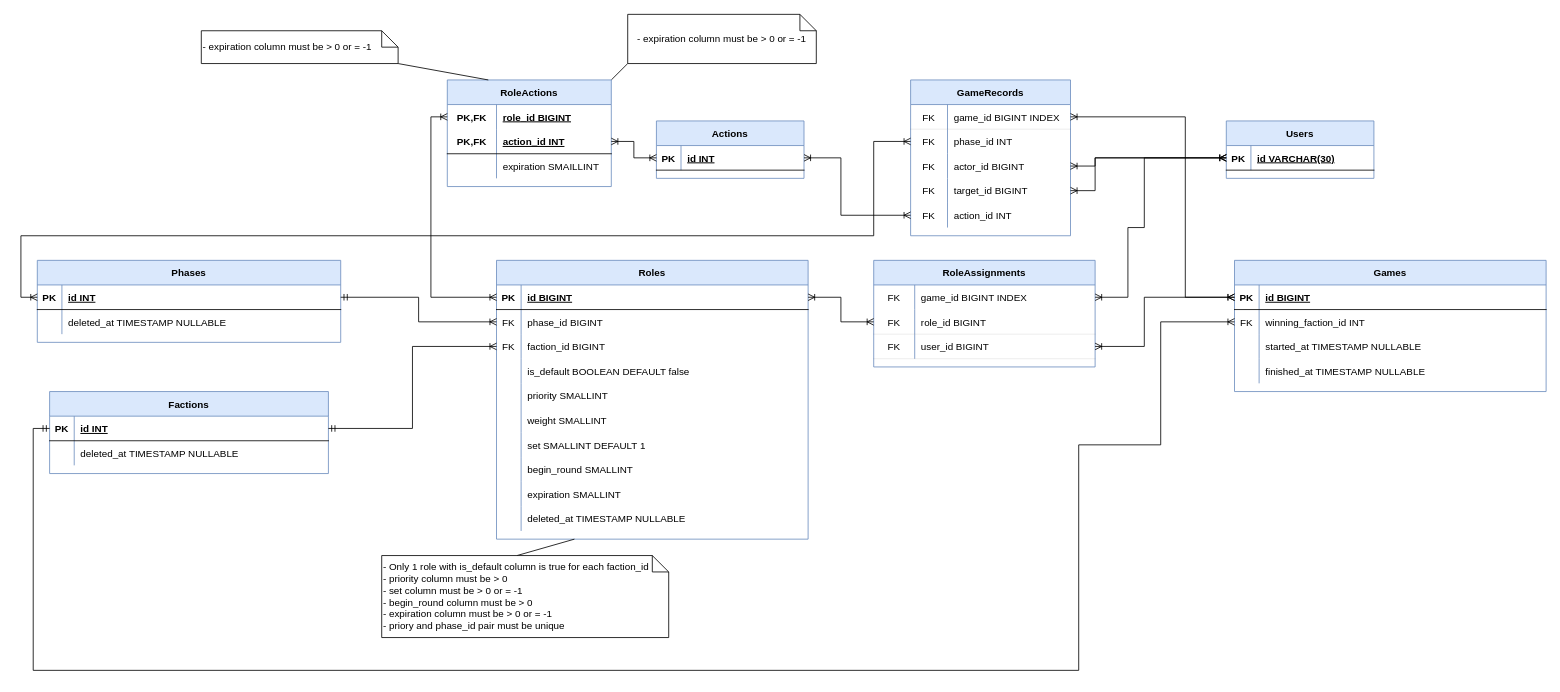
Earlier version of the draw.io diagram docs/drawio/database.drawio (TP-O/werewolf). Source tidied: cells renumbered, new cells numbered last; positions are measured from the earlier drawing's top-left corner, leaving out a move shared by most shapes. Both pictures are drawn from the tidied source at 82%, with x=0, y=0 at pixel (20, 14).
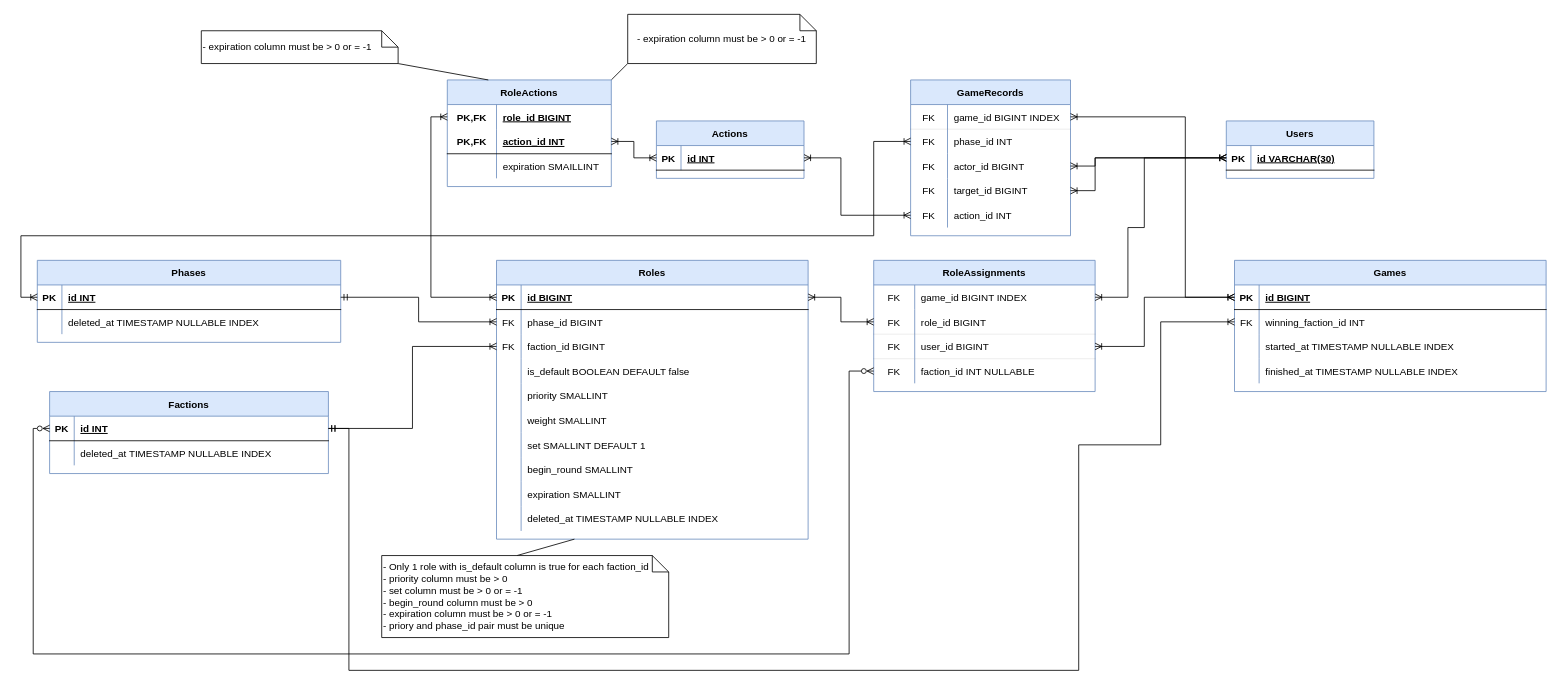
The same diagram, later.

The change refers to these unchanged cells:
```xml
<mxCell id="6" style="shape=tableRow;horizontal=0;startSize=0;swimlaneHead=0;swimlaneBody=0;fillColor=none;top=0;left=0;right=0;bottom=0;" parent="2" vertex="1">
  <mxGeometry y="60" width="370" height="30" as="geometry" />
</mxCell>
<mxCell id="10" style="shape=tableRow;horizontal=0;startSize=0;swimlaneHead=0;swimlaneBody=0;fillColor=none;points=[[0,0.5],[1,0.5]];portConstraint=eastwest;top=0;left=0;right=0;bottom=1;" parent="9" vertex="1">
  <mxGeometry y="30" width="340" height="30" as="geometry" />
</mxCell>
<mxCell id="13" style="shape=tableRow;horizontal=0;startSize=0;swimlaneHead=0;swimlaneBody=0;fillColor=none;top=0;left=0;right=0;bottom=0;" parent="9" vertex="1">
  <mxGeometry y="60" width="340" height="30" as="geometry" />
</mxCell>
<mxCell id="44" style="shape=tableRow;horizontal=0;startSize=0;swimlaneHead=0;swimlaneBody=0;fillColor=none;top=0;left=0;right=0;bottom=0;" parent="16" vertex="1">
  <mxGeometry y="300" width="380" height="30" as="geometry" />
</mxCell>
<mxCell id="55" style="shape=tableRow;horizontal=0;startSize=0;swimlaneHead=0;swimlaneBody=0;fillColor=none;points=[[0,0.5],[1,0.5]];portConstraint=eastwest;top=0;left=0;right=0;bottom=0;" parent="51" vertex="1">
  <mxGeometry y="60" width="380" height="30" as="geometry" />
</mxCell>
<mxCell id="58" style="shape=tableRow;horizontal=0;startSize=0;swimlaneHead=0;swimlaneBody=0;fillColor=none;top=0;left=0;right=0;bottom=0;" parent="51" vertex="1">
  <mxGeometry y="90" width="380" height="30" as="geometry" />
</mxCell>
<mxCell id="61" style="shape=tableRow;horizontal=0;startSize=0;swimlaneHead=0;swimlaneBody=0;fillColor=none;top=0;left=0;right=0;bottom=0;" parent="51" vertex="1">
  <mxGeometry y="120" width="380" height="30" as="geometry" />
</mxCell>
```

What changed in the source:
```diff
@@
-    <mxCell id="8" value="deleted_at TIMESTAMP NULLABLE" style="shape=partialRectangle;fillColor=none;top=0;left=0;bottom=0;right=0;align=left;spacingLeft=6;overflow=hidden;" parent="6" vertex="1">
+    <mxCell id="8" value="deleted_at TIMESTAMP NULLABLE INDEX" style="shape=partialRectangle;fillColor=none;top=0;left=0;bottom=0;right=0;align=left;spacingLeft=6;overflow=hidden;" parent="6" vertex="1">
       <mxGeometry x="30" width="340" height="30" as="geometry" />
     </mxCell>
@@
-    <mxCell id="15" value="deleted_at TIMESTAMP NULLABLE" style="shape=partialRectangle;fillColor=none;top=0;left=0;bottom=0;right=0;align=left;spacingLeft=6;overflow=hidden;" parent="13" vertex="1">
+    <mxCell id="15" value="deleted_at TIMESTAMP NULLABLE INDEX" style="shape=partialRectangle;fillColor=none;top=0;left=0;bottom=0;right=0;align=left;spacingLeft=6;overflow=hidden;" parent="13" vertex="1">
       <mxGeometry x="30" width="310" height="30" as="geometry" />
     </mxCell>
@@
-    <mxCell id="46" value="deleted_at TIMESTAMP NULLABLE" style="shape=partialRectangle;fillColor=none;top=0;left=0;bottom=0;right=0;align=left;spacingLeft=6;overflow=hidden;" parent="44" vertex="1">
+    <mxCell id="46" value="deleted_at TIMESTAMP NULLABLE INDEX" style="shape=partialRectangle;fillColor=none;top=0;left=0;bottom=0;right=0;align=left;spacingLeft=6;overflow=hidden;" parent="44" vertex="1">
       <mxGeometry x="30" width="350" height="30" as="geometry" />
     </mxCell>
@@
-    <mxCell id="60" value="started_at TIMESTAMP NULLABLE" style="shape=partialRectangle;fillColor=none;top=0;left=0;bottom=0;right=0;align=left;spacingLeft=6;overflow=hidden;" parent="58" vertex="1">
+    <mxCell id="60" value="started_at TIMESTAMP NULLABLE INDEX" style="shape=partialRectangle;fillColor=none;top=0;left=0;bottom=0;right=0;align=left;spacingLeft=6;overflow=hidden;" parent="58" vertex="1">
       <mxGeometry x="30" width="350" height="30" as="geometry" />
     </mxCell>
@@
-    <mxCell id="63" value="finished_at TIMESTAMP NULLABLE" style="shape=partialRectangle;fillColor=none;top=0;left=0;bottom=0;right=0;align=left;spacingLeft=6;overflow=hidden;" parent="61" vertex="1">
+    <mxCell id="63" value="finished_at TIMESTAMP NULLABLE INDEX" style="shape=partialRectangle;fillColor=none;top=0;left=0;bottom=0;right=0;align=left;spacingLeft=6;overflow=hidden;" parent="61" vertex="1">
       <mxGeometry x="30" width="350" height="30" as="geometry" />
     </mxCell>
@@
     <mxCell id="84" value="RoleAssignments" style="shape=table;startSize=30;childLayout=tableLayout;rowLines=0;fontStyle=1;align=center;fillColor=#dae8fc;strokeColor=#6c8ebf;" parent="1" vertex="1">
-      <mxGeometry x="1040" y="300" width="270" height="130" as="geometry" />
+      <mxGeometry x="1040" y="300" width="270" height="160" as="geometry" />
     </mxCell>
@@
+    <mxCell id="123" style="shape=tableRow;horizontal=0;startSize=0;swimlaneHead=0;swimlaneBody=0;fillColor=none;points=[[0,0.5],[1,0.5]];portConstraint=eastwest;top=0;left=0;right=0;bottom=0;" parent="84" vertex="1">
+      <mxGeometry y="120" width="270" height="30" as="geometry" />
+    </mxCell>
+    <mxCell id="124" value="FK" style="shape=partialRectangle;fillColor=none;top=0;left=0;bottom=0;right=0;fontStyle=0;overflow=hidden;" parent="123" vertex="1">
+      <mxGeometry width="50" height="30" as="geometry" />
+    </mxCell>
+    <mxCell id="125" value="faction_id INT NULLABLE" style="shape=partialRectangle;fillColor=none;top=0;left=0;bottom=0;right=0;align=left;spacingLeft=6;fontStyle=0;overflow=hidden;" parent="123" vertex="1">
+      <mxGeometry x="50" width="220" height="30" as="geometry" />
+    </mxCell>
@@
-    <mxCell id="120" style="edgeStyle=orthogonalEdgeStyle;rounded=0;jettySize=auto;html=1;exitX=0;exitY=0.5;exitDx=0;exitDy=0;entryX=0;entryY=0.5;entryDx=0;entryDy=0;startArrow=ERmandOne;startFill=0;endArrow=ERoneToMany;endFill=0;" parent="1" edge="1" source="10" target="55">
+    <mxCell id="120" style="edgeStyle=orthogonalEdgeStyle;rounded=0;jettySize=auto;html=1;exitX=1;exitY=0.5;exitDx=0;exitDy=0;entryX=0;entryY=0.5;entryDx=0;entryDy=0;startArrow=ERmandOne;startFill=0;endArrow=ERoneToMany;endFill=0;" parent="1" edge="1" source="10" target="55">
       <mxGeometry relative="1" as="geometry">
         <Array as="points">
-          <mxPoint x="15" y="505" />
-          <mxPoint x="15" y="800" />
+          <mxPoint x="400" y="505" />
+          <mxPoint x="400" y="800" />
           <mxPoint x="1290" y="800" />
           <mxPoint x="1290" y="525" />
           <mxPoint x="1390" y="525" />
           <mxPoint x="1390" y="375" />
         </Array>
       </mxGeometry>
     </mxCell>
@@
+    <mxCell id="126" style="edgeStyle=orthogonalEdgeStyle;rounded=0;jettySize=auto;html=1;exitX=0;exitY=0.5;exitDx=0;exitDy=0;entryX=0;entryY=0.5;entryDx=0;entryDy=0;endArrow=ERzeroToMany;endFill=0;startArrow=ERzeroToMany;startFill=0;" parent="1" edge="1" source="10" target="123">
+      <mxGeometry relative="1" as="geometry">
+        <Array as="points">
+          <mxPoint x="15" y="505" />
+          <mxPoint x="15" y="780" />
+          <mxPoint x="1010" y="780" />
+          <mxPoint x="1010" y="435" />
+        </Array>
+      </mxGeometry>
+    </mxCell>
```
